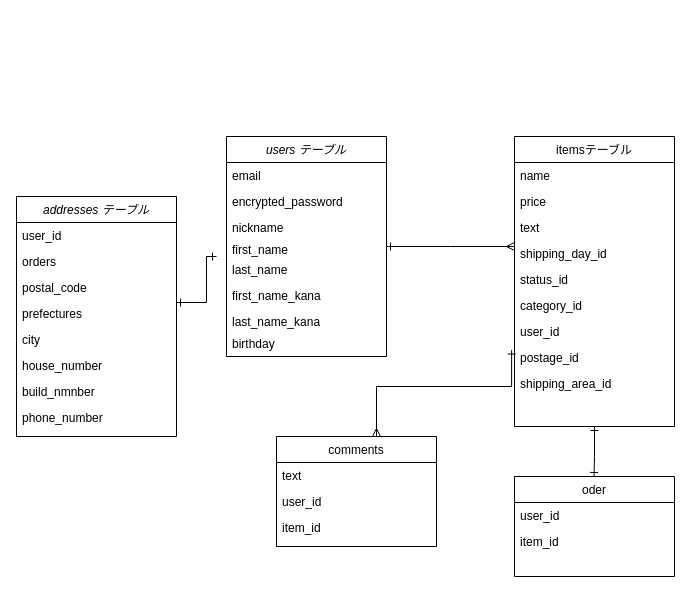
This is test.dio from nmnchu/furima-34296, a draw.io file, before an edit. Source tidied: cells renumbered, new cells numbered last; positions are measured from the earlier drawing's top-left corner, leaving out a move shared by most shapes. Both pictures are drawn from the tidied source at 100%, with x=0, y=0 at pixel (16, 136).
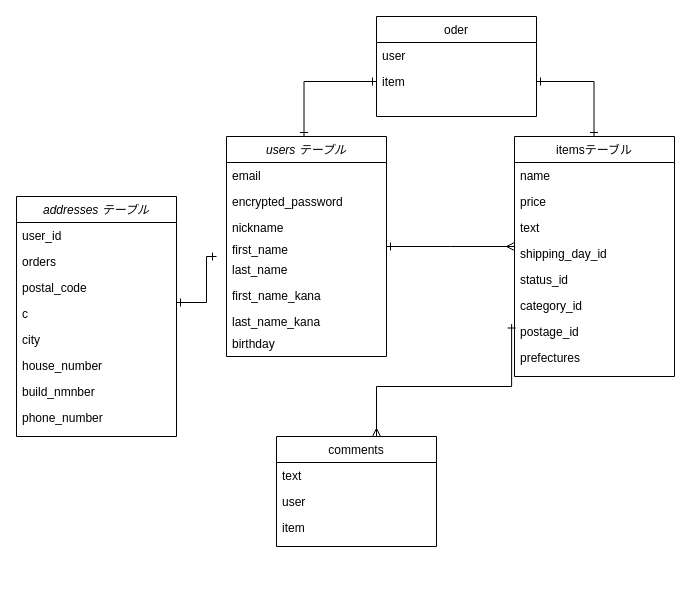
The same page after the edit.

Commit message (it also covers changes not shown here):
データーベース設計修正

Unchanged cells that the change refers to:
```xml
<mxCell id="6" value="comments" style="swimlane;fontStyle=0;align=center;verticalAlign=top;horizontal=1;startSize=26;rounded=0;shadow=0;strokeWidth=1;" parent="1" vertex="1">
  <mxGeometry x="260" y="300" width="160" height="110" as="geometry" />
</mxCell>
<mxCell id="21" value="addresses テーブル" style="swimlane;fontStyle=2;align=center;verticalAlign=top;horizontal=1;startSize=26;rounded=0;shadow=0;strokeWidth=1;" parent="1" vertex="1">
  <mxGeometry y="60" width="160" height="240" as="geometry" />
</mxCell>
```

Change to the diagram source:
```diff
@@
-    <mxCell id="8" value="user_id" style="text;align=left;verticalAlign=top;spacingLeft=4;spacingRight=4;overflow=hidden;" parent="6" vertex="1">
+    <mxCell id="8" value="user" style="text;align=left;verticalAlign=top;spacingLeft=4;spacingRight=4;overflow=hidden;" parent="6" vertex="1">
       <mxGeometry y="52" width="160" height="26" as="geometry" />
     </mxCell>
-    <mxCell id="9" value="item_id" style="text;align=left;verticalAlign=top;spacingLeft=4;spacingRight=4;overflow=hidden;" parent="6" vertex="1">
+    <mxCell id="9" value="item" style="text;align=left;verticalAlign=top;spacingLeft=4;spacingRight=4;overflow=hidden;" parent="6" vertex="1">
       <mxGeometry y="78" width="160" height="26" as="geometry" />
     </mxCell>
     <mxCell id="10" value="itemsテーブル" style="swimlane;fontStyle=0;align=center;verticalAlign=top;horizontal=1;startSize=26;rounded=0;shadow=0;strokeWidth=1;" parent="1" vertex="1">
-      <mxGeometry x="498" width="160" height="290" as="geometry" />
+      <mxGeometry x="498" width="160" height="240" as="geometry" />
     </mxCell>
@@
-    <mxCell id="17" value="user_id" style="text;align=left;verticalAlign=top;spacingLeft=4;spacingRight=4;overflow=hidden;rounded=0;shadow=0;html=0;" parent="10" vertex="1">
-      <mxGeometry y="182" width="160" height="26" as="geometry" />
-    </mxCell>
     <mxCell id="18" value="postage_id" style="text;align=left;verticalAlign=top;spacingLeft=4;spacingRight=4;overflow=hidden;points=[[0,0.5],[1,0.5]];portConstraint=eastwest;rounded=0;shadow=0;html=0;" parent="10" vertex="1">
-      <mxGeometry y="208" width="160" height="26" as="geometry" />
+      <mxGeometry y="182" width="160" height="26" as="geometry" />
     </mxCell>
-    <mxCell id="19" value="shipping_area_id" style="text;align=left;verticalAlign=top;spacingLeft=4;spacingRight=4;overflow=hidden;rounded=0;shadow=0;html=0;" parent="10" vertex="1">
-      <mxGeometry y="234" width="160" height="26" as="geometry" />
+    <mxCell id="19" value="prefectures" style="text;align=left;verticalAlign=top;spacingLeft=4;spacingRight=4;overflow=hidden;rounded=0;shadow=0;html=0;" parent="10" vertex="1">
+      <mxGeometry y="208" width="160" height="26" as="geometry" />
     </mxCell>
@@
-    <mxCell id="25" value="prefectures" style="text;align=left;verticalAlign=top;spacingLeft=4;spacingRight=4;overflow=hidden;points=[[0,0.5],[1,0.5]];portConstraint=eastwest;rounded=0;shadow=0;html=0;" parent="21" vertex="1">
+    <mxCell id="25" value="c" style="text;align=left;verticalAlign=top;spacingLeft=4;spacingRight=4;overflow=hidden;points=[[0,0.5],[1,0.5]];portConstraint=eastwest;rounded=0;shadow=0;html=0;" parent="21" vertex="1">
       <mxGeometry y="104" width="160" height="26" as="geometry" />
     </mxCell>
@@
     <mxCell id="35" value="oder" style="swimlane;fontStyle=0;align=center;verticalAlign=top;horizontal=1;startSize=26;rounded=0;shadow=0;strokeWidth=1;" parent="1" vertex="1">
-      <mxGeometry x="498" y="340" width="160" height="100" as="geometry" />
+      <mxGeometry x="360" y="-120" width="160" height="100" as="geometry" />
     </mxCell>
-    <mxCell id="36" value="user_id" style="text;align=left;verticalAlign=top;spacingLeft=4;spacingRight=4;overflow=hidden;" parent="35" vertex="1">
+    <mxCell id="36" value="user" style="text;align=left;verticalAlign=top;spacingLeft=4;spacingRight=4;overflow=hidden;" parent="35" vertex="1">
       <mxGeometry y="26" width="160" height="26" as="geometry" />
     </mxCell>
-    <mxCell id="37" value="item_id" style="text;align=left;verticalAlign=top;spacingLeft=4;spacingRight=4;overflow=hidden;points=[[0,0.5],[1,0.5]];portConstraint=eastwest;" parent="35" vertex="1">
+    <mxCell id="37" value="item" style="text;align=left;verticalAlign=top;spacingLeft=4;spacingRight=4;overflow=hidden;points=[[0,0.5],[1,0.5]];portConstraint=eastwest;" parent="35" vertex="1">
       <mxGeometry y="52" width="160" height="26" as="geometry" />
     </mxCell>
-    <mxCell id="38" style="endArrow=ERone;shadow=0;strokeWidth=1;rounded=0;endFill=0;edgeStyle=elbowEdgeStyle;elbow=vertical;startArrow=ERone;startFill=0;" parent="1" edge="1">
+    <mxCell id="38" style="endArrow=ERone;shadow=0;strokeWidth=1;rounded=0;endFill=0;edgeStyle=elbowEdgeStyle;elbow=vertical;startArrow=ERone;startFill=0;exitX=1;exitY=0.5;exitDx=0;exitDy=0;" parent="1" edge="1" source="37">
       <mxGeometry x="0.5" y="41" relative="1" as="geometry">
-        <mxPoint x="578" y="290" as="sourcePoint" />
-        <mxPoint x="577.5" y="340" as="targetPoint" />
+        <mxPoint x="577.5" as="targetPoint" />
         <Array as="points">
-          <mxPoint x="487.5" y="320" />
-          <mxPoint x="537.5" y="295" />
+          <mxPoint x="640" y="-55" />
+          <mxPoint x="537.5" y="-45" />
         </Array>
         <mxPoint x="-40" y="32" as="offset" />
       </mxGeometry>
     </mxCell>
@@
+    <mxCell id="41" style="endArrow=ERone;shadow=0;strokeWidth=1;rounded=0;endFill=0;edgeStyle=elbowEdgeStyle;elbow=vertical;startArrow=ERone;startFill=0;" parent="1" edge="1">
+      <mxGeometry x="0.5" y="41" relative="1" as="geometry">
+        <mxPoint x="360" y="-55" as="sourcePoint" />
+        <mxPoint x="287.5" as="targetPoint" />
+        <Array as="points">
+          <mxPoint x="350" y="-55" />
+          <mxPoint x="247.5" y="-45" />
+        </Array>
+        <mxPoint x="-40" y="32" as="offset" />
+      </mxGeometry>
+    </mxCell>
```
